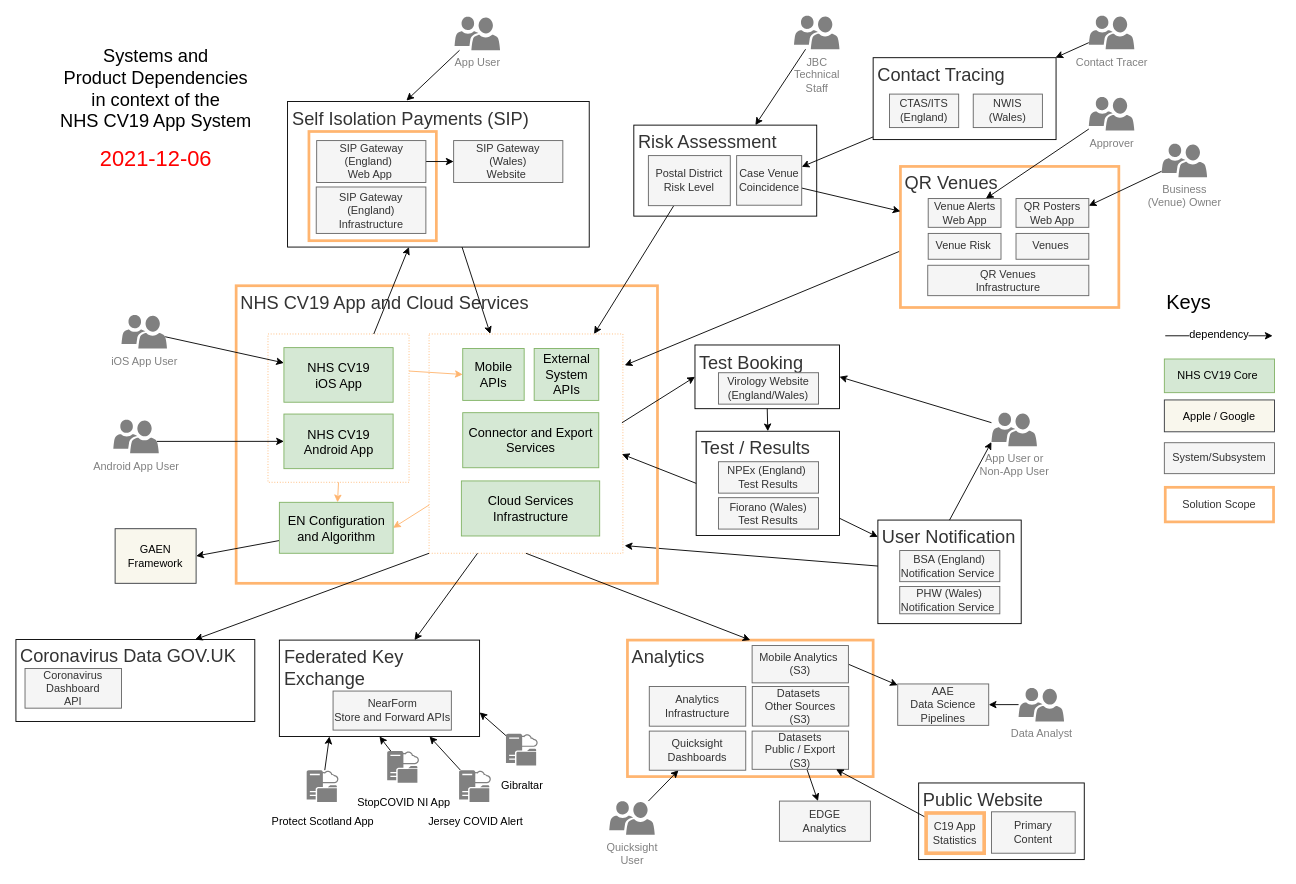
The draw.io diagram page "sys-overview" (2 of 2) of doc/architecture/diagrams/cv19-app-system-architecture.drawio in ukhsa-collaboration/covid19-app-system-public, before the edit. Source tidied: cells renumbered, new cells numbered last; positions are measured from the earlier drawing's top-left corner, leaving out a move shared by most shapes. Both pictures are drawn from the tidied source at 91%, with x=0, y=0 at pixel (15, 15).
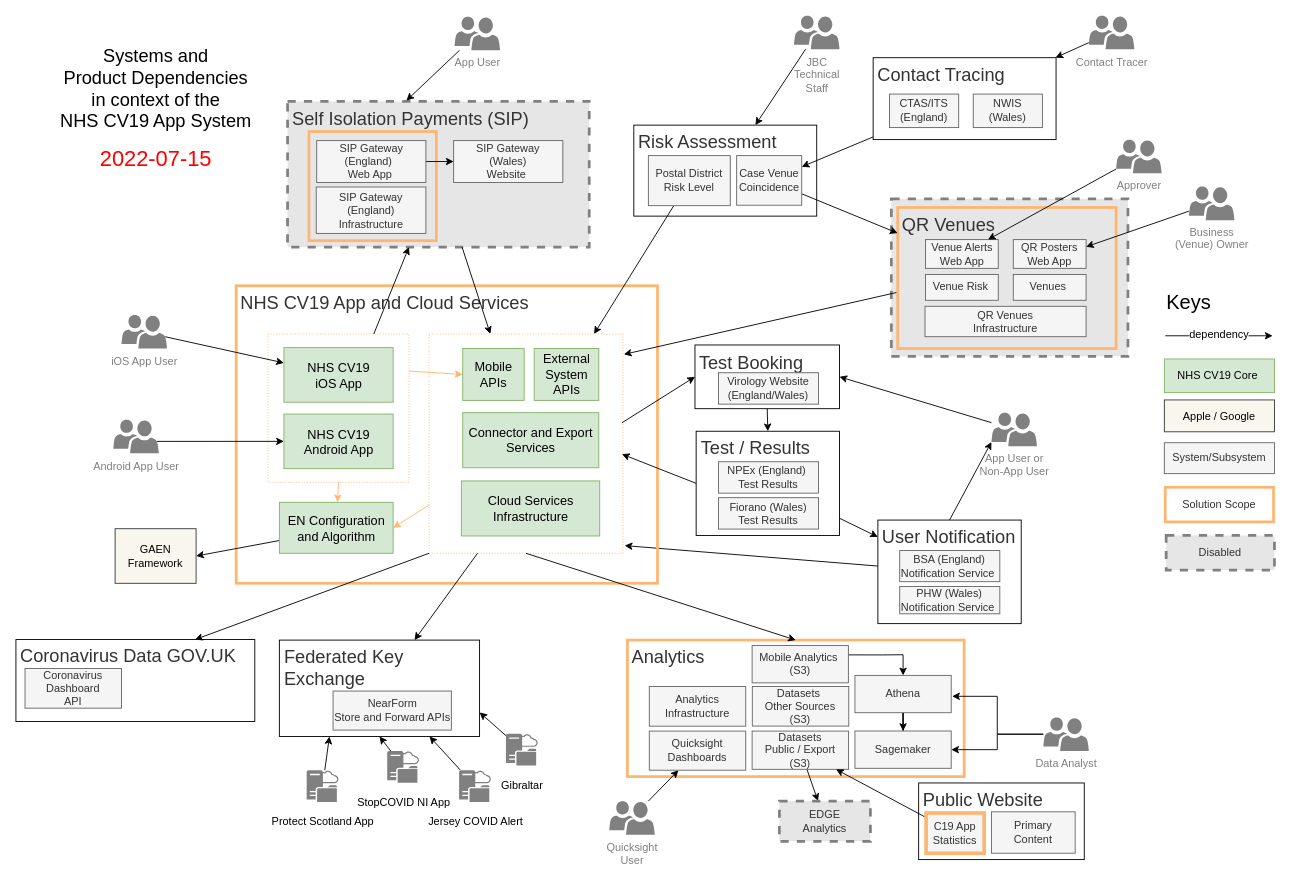
The same page after the edit.

Unchanged cells that the change refers to:
```xml
<mxCell id="11" style="rounded=0;whiteSpace=wrap;html=1;fontSize=16;fillColor=none;verticalAlign=top;align=center;strokeColor=#FFB570;strokeWidth=1;dashed=1;dashPattern=1 2;" parent="1" vertex="1">
  <mxGeometry x="454" y="349.5" width="213" height="241" as="geometry" />
</mxCell>
<mxCell id="45" value="Mobile Analytics&amp;nbsp;&lt;br&gt;(S3)" style="rounded=0;whiteSpace=wrap;html=1;fillColor=#f5f5f5;strokeColor=#666666;fontColor=#333333;" parent="1" vertex="1">
  <mxGeometry x="809" y="691.9" width="105.8" height="41" as="geometry" />
</mxCell>
```

The edit, as a diff of the source:
```diff
@@
+    <mxCell id="114" style="rounded=0;whiteSpace=wrap;html=1;fontColor=#333333;strokeColor=#808080;strokeWidth=3;fillColor=#E6E6E6;dashed=1;gradientColor=none;" parent="1" vertex="1">
+      <mxGeometry x="962" y="201" width="260" height="173" as="geometry" />
+    </mxCell>
@@
-    <mxCell id="8" value="Self Isolation Payments (SIP)" style="rounded=0;whiteSpace=wrap;html=1;fontColor=#333333;fontSize=20;verticalAlign=top;align=left;fillColor=none;strokeWidth=1;spacingLeft=3;" parent="1" vertex="1">
+    <mxCell id="8" value="Self Isolation Payments (SIP)" style="rounded=0;whiteSpace=wrap;html=1;fontColor=#333333;fontSize=20;verticalAlign=top;align=left;fillColor=#E6E6E6;strokeWidth=3;spacingLeft=3;strokeColor=#808080;dashed=1;" parent="1" vertex="1">
       <mxGeometry x="298.5" y="94" width="331.5" height="160" as="geometry" />
     </mxCell>
@@
     <mxCell id="12" value="&lt;font color=&quot;#333333&quot;&gt;QR Venues&lt;/font&gt;" style="rounded=0;whiteSpace=wrap;html=1;fillColor=none;verticalAlign=top;fontSize=20;align=left;spacingLeft=3;strokeColor=#FFB570;strokeWidth=3;" parent="1" vertex="1">
-      <mxGeometry x="972" y="165.4" width="240" height="155" as="geometry" />
+      <mxGeometry x="969" y="210.5" width="240" height="155" as="geometry" />
     </mxCell>
@@
-    <mxCell id="20" style="edgeStyle=none;rounded=0;jettySize=auto;html=1;exitX=-0.006;exitY=0.603;exitDx=0;exitDy=0;startArrow=none;startFill=0;endArrow=classic;endFill=1;exitPerimeter=0;" parent="1" edge="1" source="12">
-      <mxGeometry relative="1" as="geometry">
-        <mxPoint x="669" y="384" as="targetPoint" />
-      </mxGeometry>
+    <mxCell id="20" style="edgeStyle=none;rounded=0;jettySize=auto;html=1;exitX=-0.006;exitY=0.603;exitDx=0;exitDy=0;startArrow=none;startFill=0;endArrow=classic;endFill=1;exitPerimeter=0;entryX=1.005;entryY=0.093;entryDx=0;entryDy=0;entryPerimeter=0;" parent="1" edge="1" source="12" target="11">
+      <mxGeometry relative="1" as="geometry" />
     </mxCell>
     <mxCell id="21" value="Venue Risk&amp;nbsp;" style="rounded=0;whiteSpace=wrap;html=1;fillColor=#f5f5f5;strokeColor=#666666;fontColor=#333333;" parent="1" vertex="1">
-      <mxGeometry x="1002.5" y="239" width="80" height="28.4" as="geometry" />
+      <mxGeometry x="999.5" y="284.1" width="80" height="28.4" as="geometry" />
     </mxCell>
@@
     <mxCell id="31" value="&lt;font color=&quot;#333333&quot;&gt;Analytics&lt;/font&gt;" style="rounded=0;whiteSpace=wrap;html=1;fillColor=none;fontColor=#000000;fontSize=20;align=left;verticalAlign=top;spacingLeft=3;strokeColor=#FFB570;strokeWidth=3;" parent="1" vertex="1">
-      <mxGeometry x="672" y="685.9" width="270" height="150" as="geometry" />
+      <mxGeometry x="672" y="685.9" width="370" height="150" as="geometry" />
     </mxCell>
@@
     <mxCell id="33" value="QR Posters&lt;br&gt;Web App" style="rounded=0;whiteSpace=wrap;html=1;fillColor=#f5f5f5;strokeColor=#666666;fontColor=#333333;" parent="1" vertex="1">
-      <mxGeometry x="1099" y="200.7" width="80" height="31.6" as="geometry" />
+      <mxGeometry x="1096" y="245.8" width="80" height="31.6" as="geometry" />
     </mxCell>
     <mxCell id="34" value="QR Venues&lt;br&gt;Infrastructure" style="rounded=0;whiteSpace=wrap;html=1;fillColor=#f5f5f5;strokeColor=#666666;fontColor=#333333;" parent="1" vertex="1">
-      <mxGeometry x="1002" y="274" width="177" height="33.4" as="geometry" />
+      <mxGeometry x="999" y="319.1" width="177" height="33.4" as="geometry" />
     </mxCell>
-    <mxCell id="35" value="2021-12-06" style="text;html=1;strokeColor=none;fillColor=none;align=center;verticalAlign=middle;whiteSpace=wrap;rounded=0;dashed=1;fontSize=24;fontColor=#FF0000;" parent="1" vertex="1">
+    <mxCell id="35" value="2022-07-15" style="text;html=1;strokeColor=none;fillColor=none;align=center;verticalAlign=middle;whiteSpace=wrap;rounded=0;dashed=1;fontSize=24;fontColor=#FF0000;" parent="1" vertex="1">
       <mxGeometry x="88.5" y="146.5" width="130" height="20" as="geometry" />
     </mxCell>
@@
     <mxCell id="38" value="Business &lt;br&gt;(Venue) Owner" style="shadow=0;dashed=0;html=1;strokeColor=none;labelPosition=center;verticalLabelPosition=bottom;verticalAlign=top;align=center;shape=mxgraph.mscae.intune.user_group;fontSize=12;fontColor=#808080;fillColor=#808080;" parent="1" vertex="1">
-      <mxGeometry x="1259" y="140.4" width="50" height="37" as="geometry" />
+      <mxGeometry x="1289" y="187.4" width="50" height="37" as="geometry" />
     </mxCell>
@@
-    <mxCell id="43" style="edgeStyle=none;rounded=0;jettySize=auto;html=1;exitX=1;exitY=0.5;exitDx=0;exitDy=0;" parent="1" edge="1" source="45" target="86">
-      <mxGeometry relative="1" as="geometry" />
-    </mxCell>
@@
+    <mxCell id="115" style="edgeStyle=orthogonalEdgeStyle;rounded=0;jettySize=auto;html=1;exitX=1;exitY=0.25;exitDx=0;exitDy=0;entryX=0.5;entryY=0;entryDx=0;entryDy=0;" parent="1" edge="1" source="45" target="120">
+      <mxGeometry relative="1" as="geometry">
+        <Array as="points">
+          <mxPoint x="952" y="702" />
+          <mxPoint x="975" y="702" />
+        </Array>
+      </mxGeometry>
+    </mxCell>
@@
-    <mxCell id="48" style="edgeStyle=none;rounded=0;jettySize=auto;html=1;fontSize=20;" parent="1" edge="1" source="49" target="86">
-      <mxGeometry relative="1" as="geometry" />
-    </mxCell>
+    <mxCell id="116" style="edgeStyle=orthogonalEdgeStyle;rounded=0;jettySize=auto;html=1;entryX=1.009;entryY=0.56;entryDx=0;entryDy=0;entryPerimeter=0;" parent="1" edge="1" source="49" target="120">
+      <mxGeometry relative="1" as="geometry" />
+    </mxCell>
+    <mxCell id="117" style="edgeStyle=orthogonalEdgeStyle;rounded=0;jettySize=auto;html=1;entryX=1;entryY=0.5;entryDx=0;entryDy=0;" parent="1" edge="1" source="49" target="121">
+      <mxGeometry relative="1" as="geometry" />
+    </mxCell>
     <mxCell id="49" value="Data Analyst" style="shadow=0;dashed=0;html=1;strokeColor=none;labelPosition=center;verticalLabelPosition=bottom;verticalAlign=top;align=center;shape=mxgraph.mscae.intune.user_group;fontSize=12;fontColor=#808080;fillColor=#808080;" parent="1" vertex="1">
-      <mxGeometry x="1101.8" y="738.3" width="50" height="37" as="geometry" />
+      <mxGeometry x="1129" y="770.8" width="50" height="37" as="geometry" />
     </mxCell>
@@
     <mxCell id="82" value="Venue Alerts Web App" style="rounded=0;whiteSpace=wrap;html=1;fillColor=#f5f5f5;strokeColor=#666666;fontColor=#333333;" parent="1" vertex="1">
-      <mxGeometry x="1002.5" y="200.7" width="80" height="31.6" as="geometry" />
+      <mxGeometry x="999.5" y="245.8" width="80" height="31.6" as="geometry" />
     </mxCell>
@@
-    <mxCell id="86" value="AAE&lt;br&gt;Data Science&lt;br&gt;Pipelines" style="rounded=0;whiteSpace=wrap;html=1;fillColor=#f5f5f5;strokeColor=#666666;fontColor=#333333;" parent="1" vertex="1">
-      <mxGeometry x="969" y="734.1" width="100" height="45.5" as="geometry" />
-    </mxCell>
@@
-    <mxCell id="91" value="EDGE&lt;br&gt;Analytics" style="rounded=0;whiteSpace=wrap;html=1;fillColor=#f5f5f5;strokeColor=#666666;fontColor=#333333;" parent="1" vertex="1">
+    <mxCell id="91" value="EDGE&lt;br&gt;Analytics" style="rounded=0;whiteSpace=wrap;html=1;fillColor=#E6E6E6;strokeColor=#808080;fontColor=#333333;dashed=1;strokeWidth=3;perimeterSpacing=0;" parent="1" vertex="1">
       <mxGeometry x="839" y="862.8" width="100" height="44.2" as="geometry" />
     </mxCell>
@@
     <mxCell id="109" value="Approver" style="shadow=0;dashed=0;html=1;strokeColor=none;labelPosition=center;verticalLabelPosition=bottom;verticalAlign=top;align=center;shape=mxgraph.mscae.intune.user_group;fontSize=12;fontColor=#808080;fillColor=#808080;" parent="1" vertex="1">
-      <mxGeometry x="1179" y="88.9" width="50" height="37" as="geometry" />
+      <mxGeometry x="1209" y="135.9" width="50" height="37" as="geometry" />
     </mxCell>
     <mxCell id="110" value="Venues&amp;nbsp;" style="rounded=0;whiteSpace=wrap;html=1;fillColor=#f5f5f5;strokeColor=#666666;fontColor=#333333;" parent="1" vertex="1">
-      <mxGeometry x="1099" y="239" width="80" height="28.4" as="geometry" />
+      <mxGeometry x="1096" y="284.1" width="80" height="28.4" as="geometry" />
     </mxCell>
@@
+    <mxCell id="118" value="Disabled" style="rounded=0;whiteSpace=wrap;html=1;fontColor=#333333;strokeColor=#808080;strokeWidth=3;fillColor=#E6E6E6;dashed=1;gradientColor=none;" parent="1" vertex="1">
+      <mxGeometry x="1264" y="570.9" width="119" height="38" as="geometry" />
+    </mxCell>
+    <mxCell id="119" style="edgeStyle=orthogonalEdgeStyle;rounded=0;jettySize=auto;html=1;exitX=0.5;exitY=1;exitDx=0;exitDy=0;" parent="1" edge="1" source="120" target="121">
+      <mxGeometry relative="1" as="geometry" />
+    </mxCell>
+    <mxCell id="120" value="Athena" style="rounded=0;whiteSpace=wrap;html=1;fillColor=#f5f5f5;strokeColor=#666666;fontColor=#333333;" parent="1" vertex="1">
+      <mxGeometry x="922" y="724.7" width="105.8" height="41" as="geometry" />
+    </mxCell>
+    <mxCell id="121" value="Sagemaker" style="rounded=0;whiteSpace=wrap;html=1;fillColor=#f5f5f5;strokeColor=#666666;fontColor=#333333;" parent="1" vertex="1">
+      <mxGeometry x="922" y="785.8" width="105.8" height="41" as="geometry" />
+    </mxCell>
```
